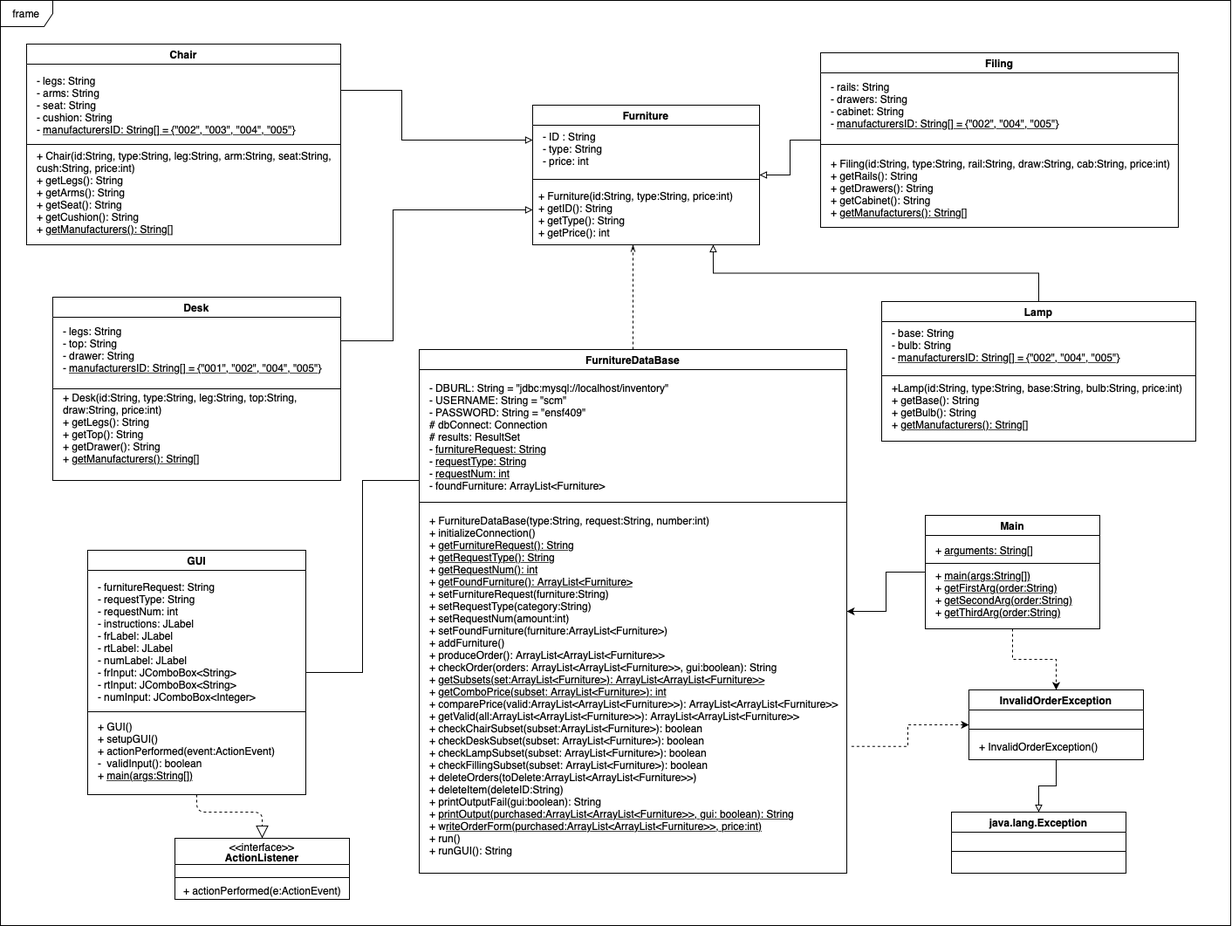
The draw.io diagram Project UML.png in arule11/supply-chain-management-arule11, before a commit. Source tidied: cells renumbered, new cells last; positions are measured from the earlier drawing's top-left corner, leaving out a move shared by most shapes.
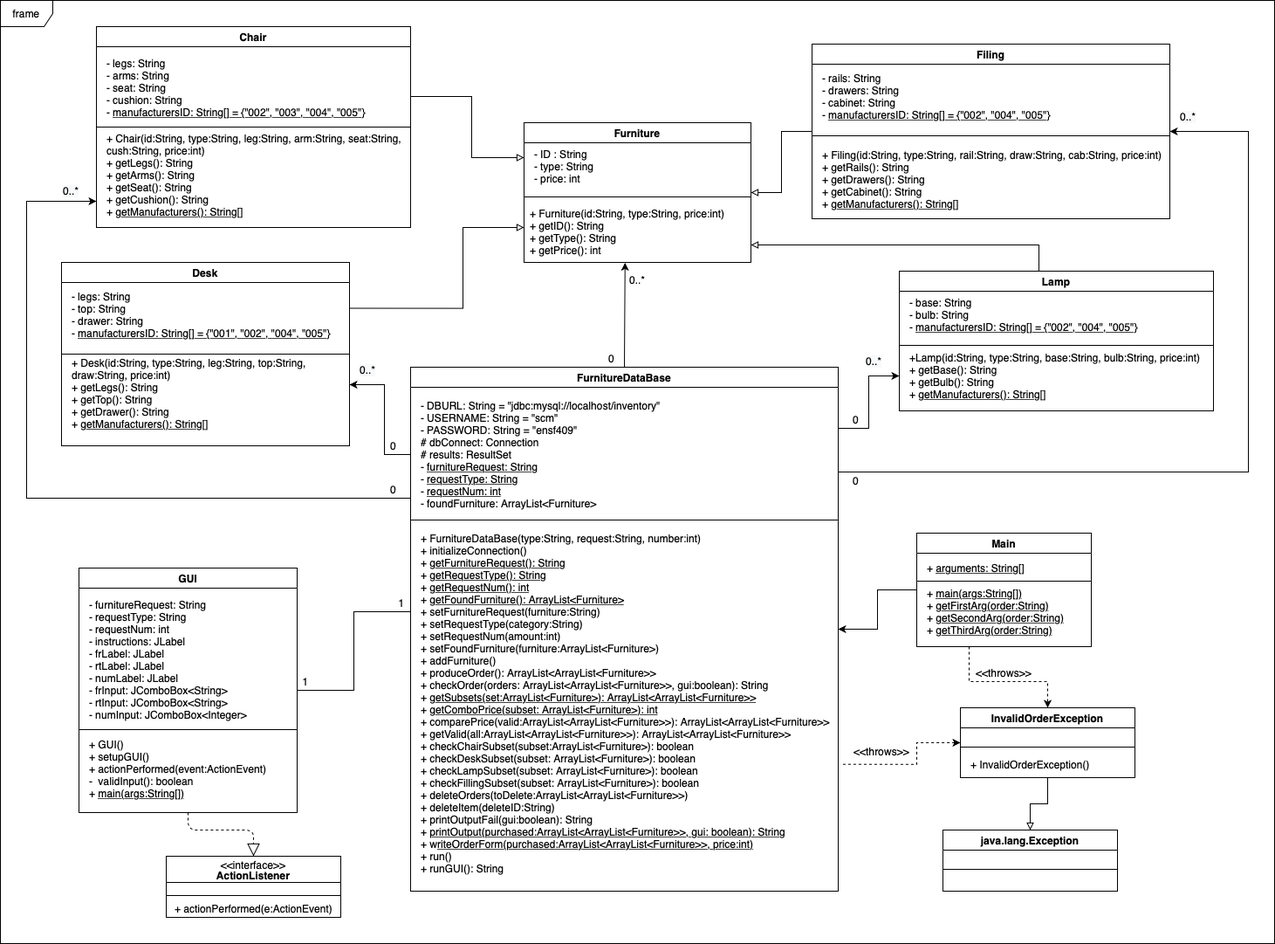
Later version of the same file.

The edit, as a diff of the source:
```diff
@@ -2,11 +2,11 @@
   <root>
     <mxCell id="0" />
     <mxCell id="1" parent="0" />
-    <mxCell id="2" style="edgeStyle=orthogonalEdgeStyle;rounded=0;jettySize=auto;html=1;endArrow=none;endFill=0;startArrow=block;startFill=0;exitX=0;exitY=0.25;exitDx=0;exitDy=0;entryX=1;entryY=0.25;entryDx=0;entryDy=0;" parent="1" edge="1" source="3" target="7">
+    <mxCell id="2" style="edgeStyle=orthogonalEdgeStyle;rounded=0;jettySize=auto;html=1;endArrow=none;endFill=0;startArrow=block;startFill=0;exitX=0;exitY=0.25;exitDx=0;exitDy=0;" parent="1" edge="1" source="3">
       <mxGeometry relative="1" as="geometry">
+        <mxPoint x="480" y="90" as="targetPoint" />
         <Array as="points">
-          <mxPoint x="460" y="160" />
-          <mxPoint x="460" y="103" />
+          <mxPoint x="550" y="160" />
         </Array>
       </mxGeometry>
     </mxCell>
@@ -23,7 +23,7 @@
       <mxGeometry x="5" y="90" width="245" height="70" as="geometry" />
     </mxCell>
     <mxCell id="7" value="Chair" style="swimlane;" parent="1" vertex="1">
-      <mxGeometry x="30" y="50" width="360" height="230" as="geometry" />
+      <mxGeometry x="120" y="10" width="360" height="230" as="geometry" />
     </mxCell>
     <mxCell id="8" style="line;strokeWidth=1;html=1;perimeter=backbonePerimeter;" parent="7" vertex="1">
       <mxGeometry y="110" width="360" height="10" as="geometry" />
@@ -37,14 +37,13 @@
     <mxCell id="11" style="edgeStyle=orthogonalEdgeStyle;rounded=0;sketch=0;jumpSize=1;jettySize=auto;html=1;shadow=0;endArrow=block;endFill=0;strokeColor=#000000;exitX=1;exitY=0.25;exitDx=0;exitDy=0;entryX=0;entryY=0.75;entryDx=0;entryDy=0;" parent="1" edge="1" source="12" target="3">
       <mxGeometry relative="1" as="geometry">
         <Array as="points">
-          <mxPoint x="390" y="390" />
-          <mxPoint x="450" y="390" />
-          <mxPoint x="450" y="240" />
+          <mxPoint x="540" y="332" />
+          <mxPoint x="540" y="240" />
         </Array>
       </mxGeometry>
     </mxCell>
     <mxCell id="12" value="Desk" style="swimlane;" parent="1" vertex="1">
-      <mxGeometry x="60" y="340" width="330" height="210" as="geometry" />
+      <mxGeometry x="80" y="280" width="330" height="210" as="geometry" />
     </mxCell>
     <mxCell id="13" style="line;strokeWidth=1;html=1;perimeter=backbonePerimeter;" parent="12" vertex="1">
       <mxGeometry y="100" width="330" height="10" as="geometry" />
@@ -59,7 +58,7 @@
       <mxGeometry relative="1" as="geometry" />
     </mxCell>
     <mxCell id="17" value="Filing" style="swimlane;" parent="1" vertex="1">
-      <mxGeometry x="940" y="60" width="410" height="200" as="geometry" />
+      <mxGeometry x="940" y="30" width="410" height="200" as="geometry" />
     </mxCell>
     <mxCell id="18" style="line;strokeWidth=1;html=1;perimeter=backbonePerimeter;" parent="17" vertex="1">
       <mxGeometry y="100" width="410" height="10" as="geometry" />
@@ -70,15 +69,25 @@
     <mxCell id="20" value="+ Filing(id:String, type:String, rail:String, draw:String, cab:String, price:int)&lt;br&gt;+ getRails(): String&lt;br&gt;+ getDrawers(): String&lt;br&gt;+ getCabinet(): String&lt;br&gt;+ &lt;u&gt;getManufacturers(): String[]&lt;/u&gt;" style="text;html=1;strokeColor=none;fillColor=none;align=left;verticalAlign=middle;whiteSpace=wrap;rounded=0;" parent="17" vertex="1">
       <mxGeometry x="10" y="110" width="400" height="90" as="geometry" />
     </mxCell>
-    <mxCell id="21" style="edgeStyle=orthogonalEdgeStyle;rounded=0;jettySize=auto;html=1;endArrow=openThin;endFill=0;dashed=1;" parent="1" edge="1" source="22">
-      <mxGeometry relative="1" as="geometry">
-        <mxPoint x="725" y="280" as="targetPoint" />
-        <Array as="points">
-          <mxPoint x="725" y="300" />
-          <mxPoint x="725" y="300" />
-        </Array>
-      </mxGeometry>
-    </mxCell>
+    <mxCell id="55" style="edgeStyle=orthogonalEdgeStyle;rounded=0;jettySize=auto;html=1;exitX=0;exitY=0.25;exitDx=0;exitDy=0;" parent="1" edge="1" source="22">
+      <mxGeometry relative="1" as="geometry">
+        <mxPoint x="120" y="210" as="targetPoint" />
+        <Array as="points">
+          <mxPoint x="40" y="550" />
+          <mxPoint x="40" y="210" />
+        </Array>
+      </mxGeometry>
+    </mxCell>
+    <mxCell id="56" style="edgeStyle=orthogonalEdgeStyle;rounded=0;jettySize=auto;html=1;exitX=1;exitY=0.25;exitDx=0;exitDy=0;" parent="1" edge="1" source="22">
+      <mxGeometry relative="1" as="geometry">
+        <mxPoint x="1350" y="130" as="targetPoint" />
+        <Array as="points">
+          <mxPoint x="970" y="520" />
+          <mxPoint x="1440" y="520" />
+          <mxPoint x="1440" y="130" />
+        </Array>
+      </mxGeometry>
+    </mxCell>
     <mxCell id="22" value="FurnitureDataBase" style="swimlane;" parent="1" vertex="1">
       <mxGeometry x="480" y="400" width="490" height="600" as="geometry" />
     </mxCell>
@@ -91,11 +100,21 @@
     <mxCell id="25" value="+ FurnitureDataBase(type:String, request:String, number:int)&lt;br&gt;+ initializeConnection()&lt;br&gt;+ &lt;u&gt;getFurnitureRequest(): String&lt;br&gt;&lt;/u&gt;+ &lt;u&gt;getRequestType(): String&lt;br&gt;&lt;/u&gt;+&amp;nbsp;&lt;u&gt;getRequestNum(): int&lt;br&gt;&lt;/u&gt;+ &lt;u&gt;getFoundFurniture(): ArrayList&amp;lt;Furniture&amp;gt;&lt;br&gt;&lt;/u&gt;+ setFurnitureRequest(furniture:String)&lt;br&gt;+ setRequestType(category:String)&lt;br&gt;+ setRequestNum(amount:int)&lt;br&gt;+ setFoundFurniture(furniture:ArrayList&amp;lt;Furniture&amp;gt;)&lt;br&gt;+ addFurniture()&lt;br&gt;+ produceOrder(): ArrayList&amp;lt;ArrayList&amp;lt;Furniture&amp;gt;&amp;gt;&lt;br&gt;+ checkOrder(orders: ArrayList&amp;lt;ArrayList&amp;lt;Furniture&amp;gt;&amp;gt;, gui:boolean): String&lt;br&gt;+ &lt;u&gt;getSubsets(set:ArrayList&amp;lt;Furniture&amp;gt;): ArrayList&amp;lt;ArrayList&amp;lt;Furniture&amp;gt;&amp;gt;&lt;br&gt;&lt;/u&gt;+ &lt;u&gt;getComboPrice(subset: ArrayList&amp;lt;Furniture&amp;gt;): int&lt;br&gt;&lt;/u&gt;+ comparePrice(valid:ArrayList&amp;lt;ArrayList&amp;lt;Furniture&amp;gt;&amp;gt;): ArrayList&amp;lt;ArrayList&amp;lt;Furniture&amp;gt;&amp;gt;&lt;br&gt;+ getValid(all:ArrayList&amp;lt;ArrayList&amp;lt;Furniture&amp;gt;&amp;gt;): ArrayList&amp;lt;ArrayList&amp;lt;Furniture&amp;gt;&amp;gt;&lt;br&gt;+ checkChairSubset(subset:ArrayList&amp;lt;Furniture&amp;gt;): boolean&lt;br&gt;+ checkDeskSubset(subset: ArrayList&amp;lt;Furniture&amp;gt;): boolean&lt;br&gt;+ checkLampSubset(subset: ArrayList&amp;lt;Furniture&amp;gt;): boolean&lt;br&gt;+ checkFillingSubset(subset: ArrayList&amp;lt;Furniture&amp;gt;): boolean&lt;br&gt;+ deleteOrders(toDelete:ArrayList&amp;lt;ArrayList&amp;lt;Furniture&amp;gt;&amp;gt;)&lt;br&gt;+ deleteItem(deleteID:String)&lt;br&gt;+ printOutputFail(gui:boolean): String&lt;br&gt;+ &lt;u&gt;printOutput(purchased:ArrayList&amp;lt;ArrayList&amp;lt;Furniture&amp;gt;&amp;gt;, gui: boolean): String&lt;br&gt;&lt;/u&gt;+ w&lt;u&gt;riteOrderForm(purchased:ArrayList&amp;lt;ArrayList&amp;lt;Furniture&amp;gt;&amp;gt;, price:int)&lt;/u&gt;&lt;br&gt;+ run()&lt;br&gt;+ runGUI(): String" style="text;html=1;strokeColor=none;fillColor=none;align=left;verticalAlign=middle;whiteSpace=wrap;rounded=0;" parent="22" vertex="1">
       <mxGeometry x="10" y="180" width="480" height="410" as="geometry" />
     </mxCell>
-    <mxCell id="26" style="edgeStyle=orthogonalEdgeStyle;rounded=0;jettySize=auto;html=1;exitX=0.5;exitY=0;exitDx=0;exitDy=0;entryX=0.824;entryY=1;entryDx=0;entryDy=0;sketch=0;shadow=0;jumpSize=1;endArrow=block;endFill=0;entryPerimeter=0;" parent="1" edge="1" source="27" target="6">
-      <mxGeometry relative="1" as="geometry" />
+    <mxCell id="26" style="edgeStyle=orthogonalEdgeStyle;rounded=0;jettySize=auto;html=1;exitX=0.5;exitY=0;exitDx=0;exitDy=0;sketch=0;shadow=0;jumpSize=1;endArrow=block;endFill=0;" parent="1" edge="1" source="27">
+      <mxGeometry relative="1" as="geometry">
+        <mxPoint x="870" y="260" as="targetPoint" />
+        <Array as="points">
+          <mxPoint x="1200" y="260" />
+        </Array>
+      </mxGeometry>
     </mxCell>
+    <mxCell id="57" style="edgeStyle=orthogonalEdgeStyle;rounded=0;jettySize=auto;html=1;entryX=0;entryY=0.75;entryDx=0;entryDy=0;" parent="1" edge="1" target="27">
+      <mxGeometry relative="1" as="geometry">
+        <mxPoint x="970" y="470" as="sourcePoint" />
+      </mxGeometry>
+    </mxCell>
     <mxCell id="27" value="Lamp" style="swimlane;" parent="1" vertex="1">
-      <mxGeometry x="1010" y="345" width="360" height="160" as="geometry" />
+      <mxGeometry x="1040" y="290" width="360" height="160" as="geometry" />
     </mxCell>
     <mxCell id="28" style="line;strokeWidth=1;html=1;perimeter=backbonePerimeter;" parent="27" vertex="1">
       <mxGeometry y="80" width="360" height="10" as="geometry" />
@@ -110,7 +129,12 @@
       <mxGeometry relative="1" as="geometry" />
     </mxCell>
     <mxCell id="32" style="edgeStyle=orthogonalEdgeStyle;rounded=0;jettySize=auto;html=1;startArrow=none;startFill=0;endArrow=classic;endFill=1;dashed=1;" parent="1" edge="1" source="33" target="44">
-      <mxGeometry relative="1" as="geometry" />
+      <mxGeometry relative="1" as="geometry">
+        <Array as="points">
+          <mxPoint x="1120" y="760" />
+          <mxPoint x="1210" y="760" />
+        </Array>
+      </mxGeometry>
     </mxCell>
     <mxCell id="33" value="Main" style="swimlane;" parent="1" vertex="1">
       <mxGeometry x="1060" y="590" width="200" height="130" as="geometry" />
@@ -124,8 +148,10 @@
     <mxCell id="36" value="+ &lt;u&gt;arguments: String[]&lt;/u&gt;" style="text;html=1;strokeColor=none;fillColor=none;align=left;verticalAlign=middle;whiteSpace=wrap;rounded=0;" parent="33" vertex="1">
       <mxGeometry x="10" y="30" width="170" height="20" as="geometry" />
     </mxCell>
-    <mxCell id="37" style="edgeStyle=orthogonalEdgeStyle;rounded=0;jettySize=auto;html=1;entryX=0;entryY=0.25;entryDx=0;entryDy=0;startArrow=none;startFill=0;endArrow=none;endFill=0;" parent="1" edge="1" source="38" target="22">
-      <mxGeometry relative="1" as="geometry" />
+    <mxCell id="37" style="edgeStyle=orthogonalEdgeStyle;rounded=0;jettySize=auto;html=1;startArrow=none;startFill=0;endArrow=none;endFill=0;" parent="1" edge="1" source="38">
+      <mxGeometry relative="1" as="geometry">
+        <mxPoint x="480" y="680" as="targetPoint" />
+      </mxGeometry>
     </mxCell>
     <mxCell id="38" value="GUI" style="swimlane;" parent="1" vertex="1">
       <mxGeometry x="100" y="630" width="250" height="280" as="geometry" />
@@ -140,7 +166,12 @@
       <mxGeometry x="10" y="200" width="220" height="60" as="geometry" />
     </mxCell>
     <mxCell id="42" style="edgeStyle=orthogonalEdgeStyle;rounded=0;jettySize=auto;html=1;dashed=1;startArrow=classic;startFill=1;endArrow=none;endFill=0;entryX=1.011;entryY=0.67;entryDx=0;entryDy=0;entryPerimeter=0;" parent="1" edge="1" source="44" target="25">
-      <mxGeometry relative="1" as="geometry" />
+      <mxGeometry relative="1" as="geometry">
+        <Array as="points">
+          <mxPoint x="1060" y="830" />
+          <mxPoint x="1060" y="855" />
+        </Array>
+      </mxGeometry>
     </mxCell>
     <mxCell id="43" style="edgeStyle=orthogonalEdgeStyle;rounded=0;jettySize=auto;html=1;entryX=0.5;entryY=0;entryDx=0;entryDy=0;startArrow=none;startFill=0;endArrow=block;endFill=0;" parent="1" edge="1" source="44" target="47">
       <mxGeometry relative="1" as="geometry" />
@@ -180,8 +211,63 @@
         </Array>
       </mxGeometry>
     </mxCell>
+    <mxCell id="58" value="1" style="text;html=1;strokeColor=none;fillColor=none;align=center;verticalAlign=middle;whiteSpace=wrap;rounded=0;" parent="1" vertex="1">
+      <mxGeometry x="350" y="750" width="20" height="20" as="geometry" />
+    </mxCell>
+    <mxCell id="59" value="1" style="text;html=1;strokeColor=none;fillColor=none;align=center;verticalAlign=middle;whiteSpace=wrap;rounded=0;" parent="1" vertex="1">
+      <mxGeometry x="460" y="660" width="20" height="20" as="geometry" />
+    </mxCell>
+    <mxCell id="60" value="0..*" style="text;html=1;strokeColor=none;fillColor=none;align=center;verticalAlign=middle;whiteSpace=wrap;rounded=0;" parent="1" vertex="1">
+      <mxGeometry x="730" y="290" width="20" height="20" as="geometry" />
+    </mxCell>
+    <mxCell id="61" value="0" style="text;html=1;align=center;verticalAlign=middle;strokeColor=none;" parent="1" vertex="1">
+      <mxGeometry x="700" y="380" width="20" height="20" as="geometry" />
+    </mxCell>
+    <mxCell id="62" style="endArrow=classic;html=1;exitX=0.5;exitY=0;exitDx=0;exitDy=0;entryX=0.452;entryY=1.006;entryDx=0;entryDy=0;entryPerimeter=0;" parent="1" edge="1" source="22" target="6">
+      <mxGeometry relative="1" as="geometry" />
+    </mxCell>
+    <mxCell id="63" value="&amp;lt;&amp;lt;throws&amp;gt;&amp;gt;" style="text;html=1;strokeColor=none;fillColor=none;align=center;verticalAlign=middle;whiteSpace=wrap;rounded=0;" parent="1" vertex="1">
+      <mxGeometry x="1000" y="830" width="40" height="20" as="geometry" />
+    </mxCell>
+    <mxCell id="64" value="&amp;lt;&amp;lt;throws&amp;gt;&amp;gt;" style="text;html=1;strokeColor=none;fillColor=none;align=center;verticalAlign=middle;whiteSpace=wrap;rounded=0;" parent="1" vertex="1">
+      <mxGeometry x="1140" y="740" width="40" height="20" as="geometry" />
+    </mxCell>
+    <mxCell id="65" style="edgeStyle=orthogonalEdgeStyle;rounded=0;orthogonalLoop=1;jettySize=auto;html=1;" parent="1" edge="1">
+      <mxGeometry relative="1" as="geometry">
+        <mxPoint x="480" y="500" as="sourcePoint" />
+        <mxPoint x="410" y="420" as="targetPoint" />
+        <Array as="points">
+          <mxPoint x="450" y="500" />
+          <mxPoint x="450" y="420" />
+        </Array>
+      </mxGeometry>
+    </mxCell>
+    <mxCell id="66" value="&lt;span style=&quot;color: rgb(0, 0, 0); font-family: helvetica; font-size: 12px; font-style: normal; font-weight: normal; letter-spacing: normal; text-align: center; text-indent: 0px; text-transform: none; word-spacing: 0px; background-color: rgb(248, 249, 250); text-decoration: none; display: inline; float: none;&quot;&gt;0..*&lt;/span&gt;" style="text;whiteSpace=wrap;html=1;" parent="1" vertex="1">
+      <mxGeometry x="420" y="390" width="40" height="30" as="geometry" />
+    </mxCell>
+    <mxCell id="67" value="&lt;span style=&quot;color: rgb(0, 0, 0); font-family: helvetica; font-size: 12px; font-style: normal; font-weight: normal; letter-spacing: normal; text-align: center; text-indent: 0px; text-transform: none; word-spacing: 0px; background-color: rgb(248, 249, 250); text-decoration: none; display: inline; float: none;&quot;&gt;0..*&lt;/span&gt;" style="text;whiteSpace=wrap;html=1;" parent="1" vertex="1">
+      <mxGeometry x="80" y="185" width="40" height="30" as="geometry" />
+    </mxCell>
+    <mxCell id="68" value="&lt;span style=&quot;color: rgb(0, 0, 0); font-family: helvetica; font-size: 12px; font-style: normal; font-weight: normal; letter-spacing: normal; text-align: center; text-indent: 0px; text-transform: none; word-spacing: 0px; background-color: rgb(248, 249, 250); text-decoration: none; display: inline; float: none;&quot;&gt;0..*&lt;/span&gt;" style="text;whiteSpace=wrap;html=1;" parent="1" vertex="1">
+      <mxGeometry x="1000" y="380" width="40" height="30" as="geometry" />
+    </mxCell>
+    <mxCell id="69" value="&lt;span style=&quot;color: rgb(0, 0, 0); font-family: helvetica; font-size: 12px; font-style: normal; font-weight: normal; letter-spacing: normal; text-align: center; text-indent: 0px; text-transform: none; word-spacing: 0px; background-color: rgb(248, 249, 250); text-decoration: none; display: inline; float: none;&quot;&gt;0..*&lt;/span&gt;" style="text;whiteSpace=wrap;html=1;" parent="1" vertex="1">
+      <mxGeometry x="1360" y="100" width="40" height="30" as="geometry" />
+    </mxCell>
+    <mxCell id="70" value="0" style="text;html=1;align=center;verticalAlign=middle;strokeColor=none;" parent="1" vertex="1">
+      <mxGeometry x="450" y="480" width="20" height="20" as="geometry" />
+    </mxCell>
+    <mxCell id="71" value="0" style="text;html=1;align=center;verticalAlign=middle;strokeColor=none;" parent="1" vertex="1">
+      <mxGeometry x="450" y="530" width="20" height="20" as="geometry" />
+    </mxCell>
+    <mxCell id="72" value="0" style="text;html=1;align=center;verticalAlign=middle;strokeColor=none;" parent="1" vertex="1">
+      <mxGeometry x="980" y="450" width="20" height="20" as="geometry" />
+    </mxCell>
+    <mxCell id="73" value="0" style="text;html=1;align=center;verticalAlign=middle;strokeColor=none;" parent="1" vertex="1">
+      <mxGeometry x="980" y="520" width="20" height="20" as="geometry" />
+    </mxCell>
     <mxCell id="54" value="frame" style="shape=umlFrame;whiteSpace=wrap;html=1;" parent="1" vertex="1">
-      <mxGeometry width="1410" height="1060" as="geometry" />
+      <mxGeometry x="10" y="-20" width="1460" height="1080" as="geometry" />
     </mxCell>
   </root>
 </mxGraphModel>
```
